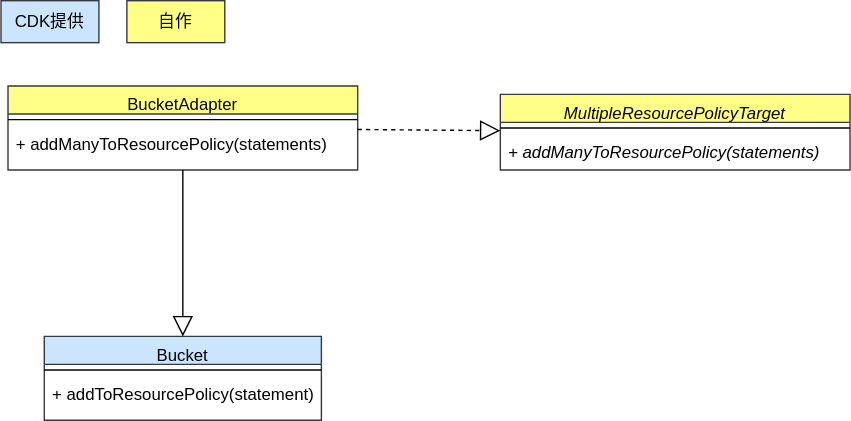
This is drawio/adapter/adapter_cdk.drawio.svg from go-to-k/cdk-gof-design-pattern, a draw.io export, as it was before one commit. Source tidied: cells renumbered, new cells last; positions are measured from the earlier drawing's top-left corner, leaving out a move shared by most shapes.
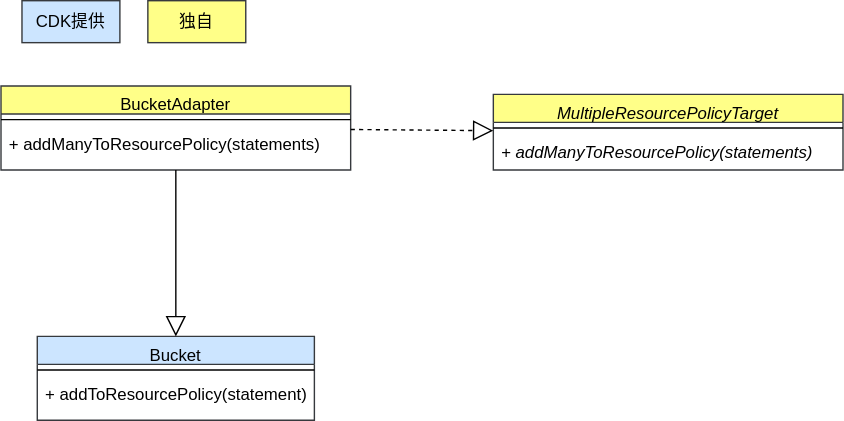
The same diagram one commit later.

What changed in the source:
```diff
@@ -35,11 +35,11 @@
     <mxCell id="12" style="endArrow=block;dashed=1;endFill=0;endSize=12;html=1;" parent="1" edge="1" source="2" target="5">
       <mxGeometry relative="1" as="geometry" />
     </mxCell>
-    <mxCell id="13" value="自作" style="rounded=0;whiteSpace=wrap;html=1;fillColor=#ffff88;strokeColor=#36393d;" parent="1" vertex="1">
-      <mxGeometry x="90" width="70" height="30" as="geometry" />
+    <mxCell id="13" value="独自" style="rounded=0;whiteSpace=wrap;html=1;fillColor=#ffff88;strokeColor=#36393d;" parent="1" vertex="1">
+      <mxGeometry x="110" width="70" height="30" as="geometry" />
     </mxCell>
     <mxCell id="14" value="CDK提供" style="rounded=0;whiteSpace=wrap;html=1;fillColor=#cce5ff;strokeColor=#36393d;" parent="1" vertex="1">
-      <mxGeometry width="70" height="30" as="geometry" />
+      <mxGeometry x="20" width="70" height="30" as="geometry" />
     </mxCell>
   </root>
 </mxGraphModel>
```
